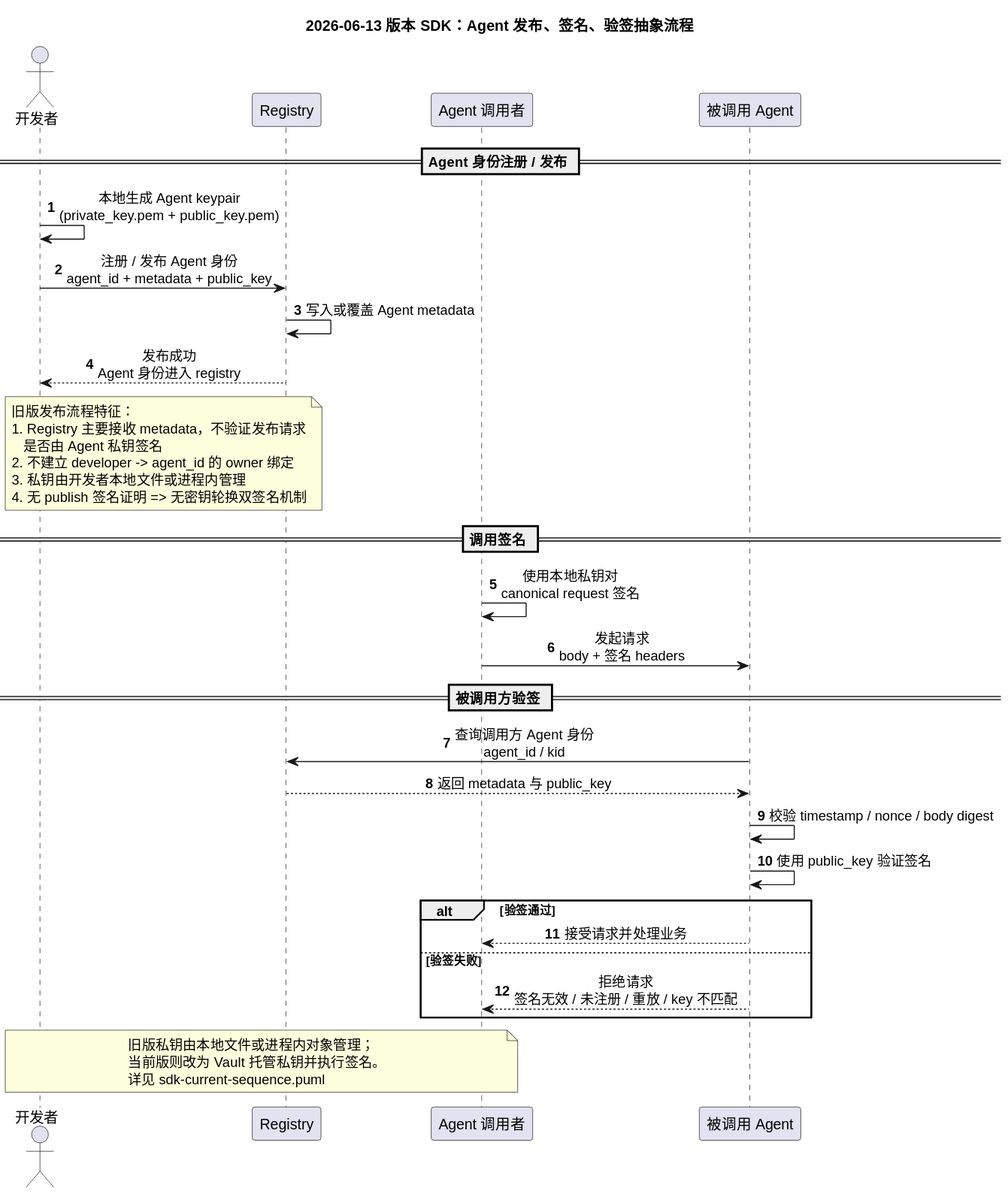
Earlier version of the PlantUML export docs/diagrams/sdk-previous-2026-06-13-sequence.svg (YiheHuang/agent_auth_sdk).
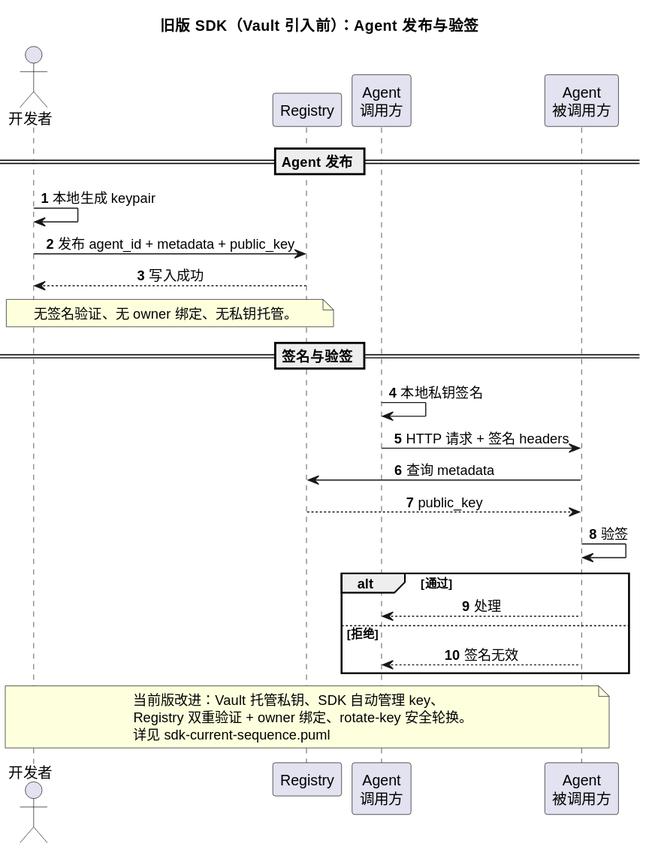
Above is the later version.

Commit message:
chore: refine sequence diagrams + cleanup legacy descriptions

What changed in the source:
```diff
@@ -1,63 +1,50 @@
 @startuml
-title 2026-06-13 版本 SDK：Agent 发布、签名、验签抽象流程
+title 旧版 SDK（Vault 引入前）：Agent 发布与验签
 
 skinparam shadowing false
 skinparam sequenceMessageAlign center
 skinparam responseMessageBelowArrow true
 
 <style>
-  participant {
-    Padding 28
-  }
-  box {
-    Padding 10
-  }
+  participant { Padding 28 }
+  box { Padding 10 }
 </style>
 
 autonumber
 
 actor "开发者" as Dev
 participant "Registry" as Registry
-participant "Agent 调用者" as Caller
-participant "被调用 Agent" as Callee
+participant "Agent\n调用方" as Caller
+participant "Agent\n被调用方" as Callee
 
-== Agent 身份注册 / 发布 ==
+== Agent 发布 ==
 
-Dev -> Dev : 本地生成 Agent keypair\n(private_key.pem + public_key.pem)
-Dev -> Registry : 注册 / 发布 Agent 身份\nagent_id + metadata + public_key
-Registry -> Registry : 写入或覆盖 Agent metadata
-Registry --> Dev : 发布成功\nAgent 身份进入 registry
+Dev -> Dev : 本地生成 keypair
+Dev -> Registry : 发布 agent_id + metadata + public_key
+Registry --> Dev : 写入成功
 
-note over Dev,Registry
-旧版发布流程特征：
-1. Registry 主要接收 metadata，不验证发布请求
-   是否由 Agent 私钥签名
-2. 不建立 developer -> agent_id 的 owner 绑定
-3. 私钥由开发者本地文件或进程内管理
-4. 无 publish 签名证明 => 无密钥轮换双签名机制
+note over Dev, Registry
+无签名验证、无 owner 绑定、无私钥托管。
 end note
 
-== 调用签名 ==
+== 签名与验签 ==
 
-Caller -> Caller : 使用本地私钥对\ncanonical request 签名
-Caller -> Callee : 发起请求\nbody + 签名 headers
+Caller -> Caller : 本地私钥签名
+Caller -> Callee : HTTP 请求 + 签名 headers
 
-== 被调用方验签 ==
+Callee -> Registry : 查询 metadata
+Registry --> Callee : public_key
+Callee -> Callee : 验签
 
-Callee -> Registry : 查询调用方 Agent 身份\nagent_id / kid
-Registry --> Callee : 返回 metadata 与 public_key
-Callee -> Callee : 校验 timestamp / nonce / body digest
-Callee -> Callee : 使用 public_key 验证签名
-
-alt 验签通过
-    Callee --> Caller : 接受请求并处理业务
-else 验签失败
-    Callee --> Caller : 拒绝请求\n签名无效 / 未注册 / 重放 / key 不匹配
+alt 通过
+    Callee --> Caller : 处理
+else 拒绝
+    Callee --> Caller : 签名无效
 end
 
-note over Dev,Caller
-旧版私钥由本地文件或进程内对象管理；
-当前版则改为 Vault 托管私钥并执行签名。
+note over Dev, Callee
+当前版改进：Vault 托管私钥、SDK 自动管理 key、
+Registry 双重验证 + owner 绑定、rotate-key 安全轮换。
 详见 sdk-current-sequence.puml
 end note
 @enduml
```
